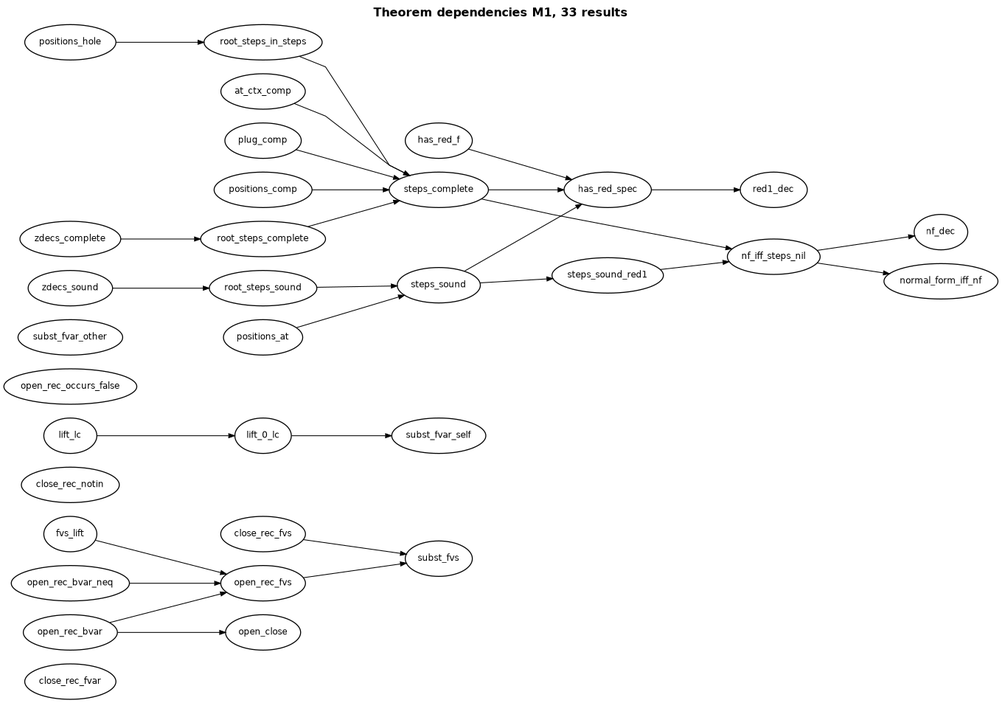
Above: graphs/dependency-M1.png in bisimulationn/lambda-sub (Graphviz), before the change. Its source is kept beside it as graphs/dependency-M1.dot.
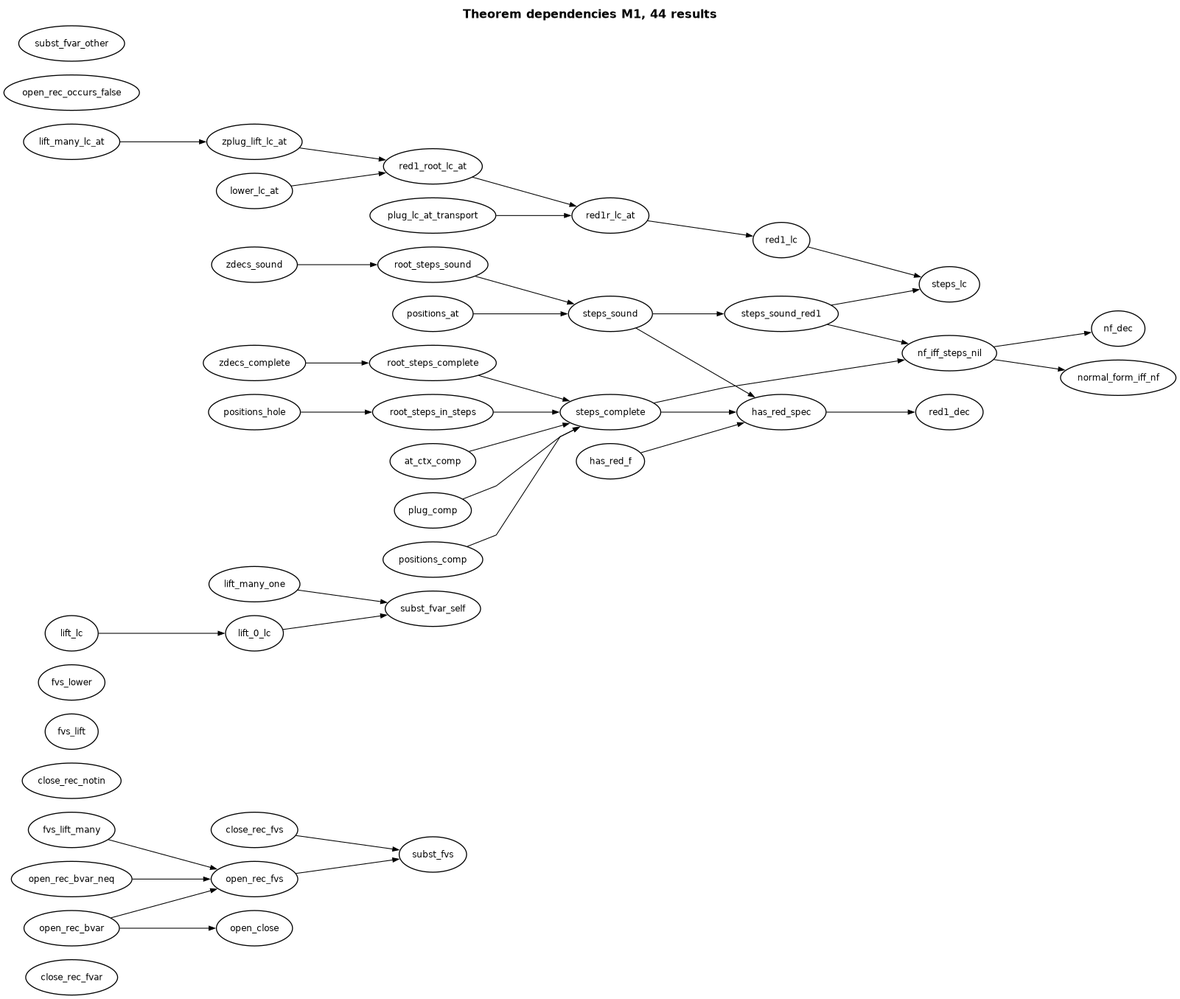
After the change.

The edit, as a diff of the source:
```diff
@@ -7,13 +7,18 @@
   ranksep=0.9;
   node [fontname=Inter, fontsize=9];
   edge [fontname=Inter, fontsize=8, color="#000000", fontcolor="#000000", arrowsize=0.6, penwidth=0.8];
-  graph [fontname=Inter, fontsize=12, labelloc=t, fontcolor="#000000", label=<<B>Theorem dependencies M1, 33 results</B>>];
+  graph [fontname=Inter, fontsize=12, labelloc=t, fontcolor="#000000", label=<<B>Theorem dependencies M1, 44 results</B>>];
   close_rec_fvar [label="close_rec_fvar", shape=ellipse, style="filled", fillcolor="#ffffff", color="#000000", penwidth=1.0, fontcolor="#000000", tooltip="close_rec_fvar theory/Binding.v proved"];
   close_rec_fvs [label="close_rec_fvs", shape=ellipse, style="filled", fillcolor="#ffffff", color="#000000", penwidth=1.0, fontcolor="#000000", tooltip="close_rec_fvs theory/Binding.v proved"];
   close_rec_notin [label="close_rec_notin", shape=ellipse, style="filled", fillcolor="#ffffff", color="#000000", penwidth=1.0, fontcolor="#000000", tooltip="close_rec_notin theory/Binding.v proved"];
   fvs_lift [label="fvs_lift", shape=ellipse, style="filled", fillcolor="#ffffff", color="#000000", penwidth=1.0, fontcolor="#000000", tooltip="fvs_lift theory/Binding.v proved"];
+  fvs_lift_many [label="fvs_lift_many", shape=ellipse, style="filled", fillcolor="#ffffff", color="#000000", penwidth=1.0, fontcolor="#000000", tooltip="fvs_lift_many theory/Binding.v proved"];
+  fvs_lower [label="fvs_lower", shape=ellipse, style="filled", fillcolor="#ffffff", color="#000000", penwidth=1.0, fontcolor="#000000", tooltip="fvs_lower theory/Binding.v proved"];
   lift_0_lc [label="lift_0_lc", shape=ellipse, style="filled", fillcolor="#ffffff", color="#000000", penwidth=1.0, fontcolor="#000000", tooltip="lift_0_lc theory/Binding.v proved"];
   lift_lc [label="lift_lc", shape=ellipse, style="filled", fillcolor="#ffffff", color="#000000", penwidth=1.0, fontcolor="#000000", tooltip="lift_lc theory/Binding.v proved"];
+  lift_many_lc_at [label="lift_many_lc_at", shape=ellipse, style="filled", fillcolor="#ffffff", color="#000000", penwidth=1.0, fontcolor="#000000", tooltip="lift_many_lc_at theory/Binding.v proved"];
+  lift_many_one [label="lift_many_one", shape=ellipse, style="filled", fillcolor="#ffffff", color="#000000", penwidth=1.0, fontcolor="#000000", tooltip="lift_many_one theory/Binding.v proved"];
+  lower_lc_at [label="lower_lc_at", shape=ellipse, style="filled", fillcolor="#ffffff", color="#000000", penwidth=1.0, fontcolor="#000000", tooltip="lower_lc_at theory/Binding.v proved"];
   open_close [label="open_close", shape=ellipse, style="filled", fillcolor="#ffffff", color="#000000", penwidth=1.0, fontcolor="#000000", tooltip="open_close theory/Binding.v proved"];
   open_rec_bvar [label="open_rec_bvar", shape=ellipse, style="filled", fillcolor="#ffffff", color="#000000", penwidth=1.0, fontcolor="#000000", tooltip="open_rec_bvar theory/Binding.v proved"];
   open_rec_bvar_neq [label="open_rec_bvar_neq", shape=ellipse, style="filled", fillcolor="#ffffff", color="#000000", penwidth=1.0, fontcolor="#000000", tooltip="open_rec_bvar_neq theory/Binding.v proved"];
@@ -29,24 +34,31 @@
   nf_iff_steps_nil [label="nf_iff_steps_nil", shape=ellipse, style="filled", fillcolor="#ffffff", color="#000000", penwidth=1.0, fontcolor="#000000", tooltip="nf_iff_steps_nil theory/Reduction.v proved"];
   normal_form_iff_nf [label="normal_form_iff_nf", shape=ellipse, style="filled", fillcolor="#ffffff", color="#000000", penwidth=1.0, fontcolor="#000000", tooltip="normal_form_iff_nf theory/Reduction.v proved"];
   plug_comp [label="plug_comp", shape=ellipse, style="filled", fillcolor="#ffffff", color="#000000", penwidth=1.0, fontcolor="#000000", tooltip="plug_comp theory/Reduction.v proved"];
+  plug_lc_at_transport [label="plug_lc_at_transport", shape=ellipse, style="filled", fillcolor="#ffffff", color="#000000", penwidth=1.0, fontcolor="#000000", tooltip="plug_lc_at_transport theory/Reduction.v proved"];
   positions_at [label="positions_at", shape=ellipse, style="filled", fillcolor="#ffffff", color="#000000", penwidth=1.0, fontcolor="#000000", tooltip="positions_at theory/Reduction.v proved"];
   positions_comp [label="positions_comp", shape=ellipse, style="filled", fillcolor="#ffffff", color="#000000", penwidth=1.0, fontcolor="#000000", tooltip="positions_comp theory/Reduction.v proved"];
   positions_hole [label="positions_hole", shape=ellipse, style="filled", fillcolor="#ffffff", color="#000000", penwidth=1.0, fontcolor="#000000", tooltip="positions_hole theory/Reduction.v proved"];
   red1_dec [label="red1_dec", shape=ellipse, style="filled", fillcolor="#ffffff", color="#000000", penwidth=1.0, fontcolor="#000000", tooltip="red1_dec theory/Reduction.v proved"];
+  red1_lc [label="red1_lc", shape=ellipse, style="filled", fillcolor="#ffffff", color="#000000", penwidth=1.0, fontcolor="#000000", tooltip="red1_lc theory/Reduction.v proved"];
+  red1_root_lc_at [label="red1_root_lc_at", shape=ellipse, style="filled", fillcolor="#ffffff", color="#000000", penwidth=1.0, fontcolor="#000000", tooltip="red1_root_lc_at theory/Reduction.v proved"];
+  red1r_lc_at [label="red1r_lc_at", shape=ellipse, style="filled", fillcolor="#ffffff", color="#000000", penwidth=1.0, fontcolor="#000000", tooltip="red1r_lc_at theory/Reduction.v proved"];
   root_steps_complete [label="root_steps_complete", shape=ellipse, style="filled", fillcolor="#ffffff", color="#000000", penwidth=1.0, fontcolor="#000000", tooltip="root_steps_complete theory/Reduction.v proved"];
   root_steps_in_steps [label="root_steps_in_steps", shape=ellipse, style="filled", fillcolor="#ffffff", color="#000000", penwidth=1.0, fontcolor="#000000", tooltip="root_steps_in_steps theory/Reduction.v proved"];
   root_steps_sound [label="root_steps_sound", shape=ellipse, style="filled", fillcolor="#ffffff", color="#000000", penwidth=1.0, fontcolor="#000000", tooltip="root_steps_sound theory/Reduction.v proved"];
   steps_complete [label="steps_complete", shape=ellipse, style="filled", fillcolor="#ffffff", color="#000000", penwidth=1.0, fontcolor="#000000", tooltip="steps_complete theory/Reduction.v proved"];
+  steps_lc [label="steps_lc", shape=ellipse, style="filled", fillcolor="#ffffff", color="#000000", penwidth=1.0, fontcolor="#000000", tooltip="steps_lc theory/Reduction.v proved"];
   steps_sound [label="steps_sound", shape=ellipse, style="filled", fillcolor="#ffffff", color="#000000", penwidth=1.0, fontcolor="#000000", tooltip="steps_sound theory/Reduction.v proved"];
   steps_sound_red1 [label="steps_sound_red1", shape=ellipse, style="filled", fillcolor="#ffffff", color="#000000", penwidth=1.0, fontcolor="#000000", tooltip="steps_sound_red1 theory/Reduction.v proved"];
   zdecs_complete [label="zdecs_complete", shape=ellipse, style="filled", fillcolor="#ffffff", color="#000000", penwidth=1.0, fontcolor="#000000", tooltip="zdecs_complete theory/Reduction.v proved"];
   zdecs_sound [label="zdecs_sound", shape=ellipse, style="filled", fillcolor="#ffffff", color="#000000", penwidth=1.0, fontcolor="#000000", tooltip="zdecs_sound theory/Reduction.v proved"];
+  zplug_lift_lc_at [label="zplug_lift_lc_at", shape=ellipse, style="filled", fillcolor="#ffffff", color="#000000", penwidth=1.0, fontcolor="#000000", tooltip="zplug_lift_lc_at theory/Reduction.v proved"];
   lift_lc -> lift_0_lc;
-  fvs_lift -> open_rec_fvs;
+  fvs_lift_many -> open_rec_fvs;
   open_rec_bvar -> open_rec_fvs;
   open_rec_bvar_neq -> open_rec_fvs;
   open_rec_bvar -> open_close;
   lift_0_lc -> subst_fvar_self;
+  lift_many_one -> subst_fvar_self;
   close_rec_fvs -> subst_fvs;
   open_rec_fvs -> subst_fvs;
   zdecs_sound -> root_steps_sound;
@@ -68,4 +80,12 @@
   steps_sound_red1 -> nf_iff_steps_nil;
   nf_iff_steps_nil -> normal_form_iff_nf;
   nf_iff_steps_nil -> nf_dec;
+  lift_many_lc_at -> zplug_lift_lc_at;
+  lower_lc_at -> red1_root_lc_at;
+  zplug_lift_lc_at -> red1_root_lc_at;
+  plug_lc_at_transport -> red1r_lc_at;
+  red1_root_lc_at -> red1r_lc_at;
+  red1r_lc_at -> red1_lc;
+  red1_lc -> steps_lc;
+  steps_sound_red1 -> steps_lc;
 }
```
